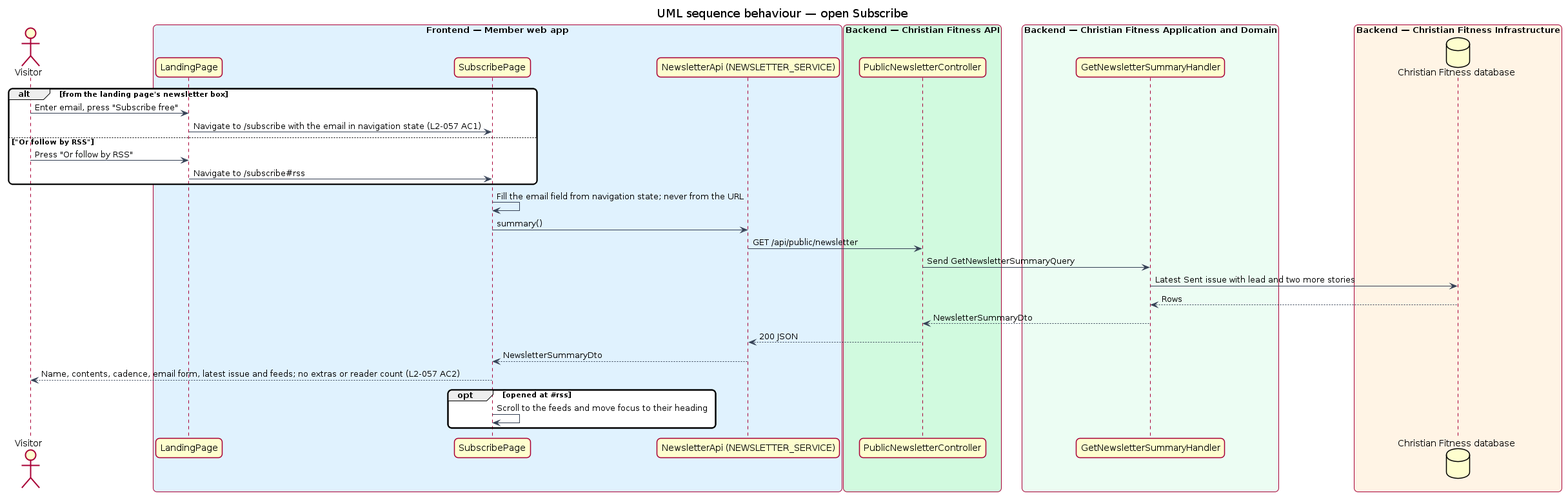
Before: docs/detailed-designs/news/subscribe-to-newsletter/diagrams/sequence-open-subscribe.png, a diagram exported from PlantUML (QuinntyneBrown/christian-fitness). Its source is kept beside it as docs/detailed-designs/news/subscribe-to-newsletter/diagrams/sequence-open-subscribe.puml.
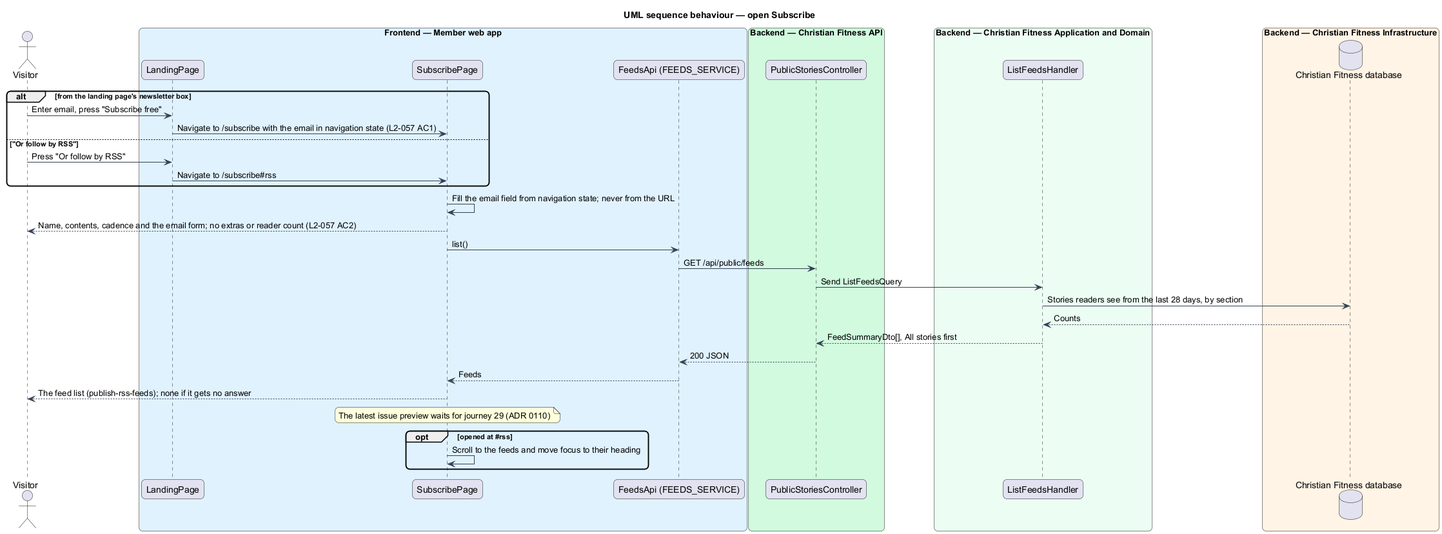
After the change.

What changed in the source:
```diff
@@ -9,13 +9,13 @@
 box "Frontend — Member web app" #E0F2FE
   participant "LandingPage" as landing
   participant "SubscribePage" as page
-  participant "NewsletterApi (NEWSLETTER_SERVICE)" as client
+  participant "FeedsApi (FEEDS_SERVICE)" as client
 end box
 box "Backend — Christian Fitness API" #D1FADF
-  participant "PublicNewsletterController" as ctrl
+  participant "PublicStoriesController" as ctrl
 end box
 box "Backend — Christian Fitness Application and Domain" #ECFDF3
-  participant "GetNewsletterSummaryHandler" as h
+  participant "ListFeedsHandler" as h
 end box
 box "Backend — Christian Fitness Infrastructure" #FFF4E5
   database "Christian Fitness database" as db
@@ -28,15 +28,17 @@
   landing -> page : Navigate to /subscribe#rss
 end
 page -> page : Fill the email field from navigation state; never from the URL
-page -> client : summary()
-client -> ctrl : GET /api/public/newsletter
-ctrl -> h : Send GetNewsletterSummaryQuery
-h -> db : Latest Sent issue with lead and two more stories
-db --> h : Rows
-h --> ctrl : NewsletterSummaryDto
+page --> actor : Name, contents, cadence and the email form; no extras or reader count (L2-057 AC2)
+page -> client : list()
+client -> ctrl : GET /api/public/feeds
+ctrl -> h : Send ListFeedsQuery
+h -> db : Stories readers see from the last 28 days, by section
+db --> h : Counts
+h --> ctrl : FeedSummaryDto[], All stories first
 ctrl --> client : 200 JSON
-client --> page : NewsletterSummaryDto
-page --> actor : Name, contents, cadence, email form, latest issue and feeds; no extras or reader count (L2-057 AC2)
+client --> page : Feeds
+page --> actor : The feed list (publish-rss-feeds); none if it gets no answer
+note over page : The latest issue preview waits for journey 29 (ADR 0110)
 opt opened at #rss
   page -> page : Scroll to the feeds and move focus to their heading
 end
```
